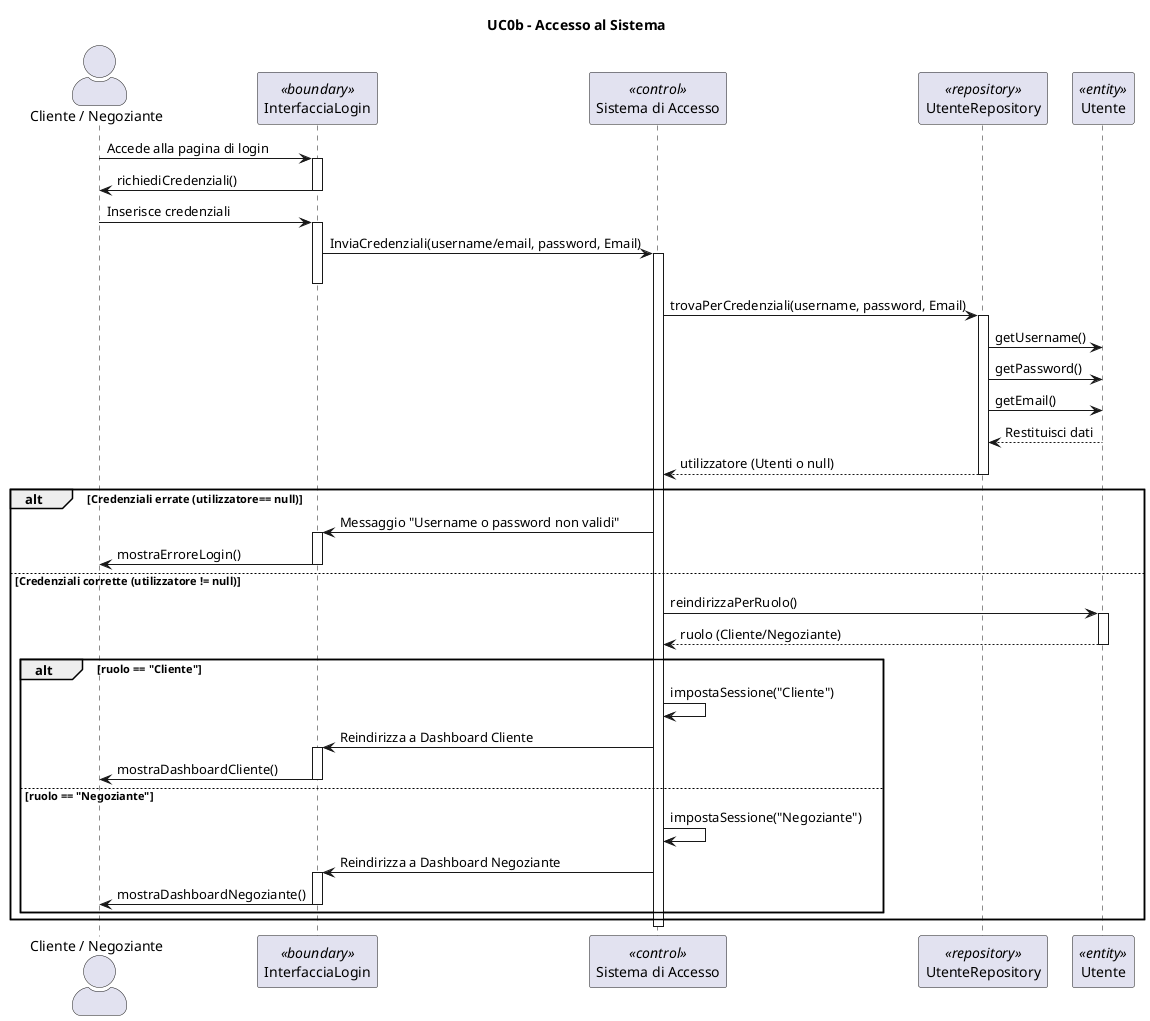
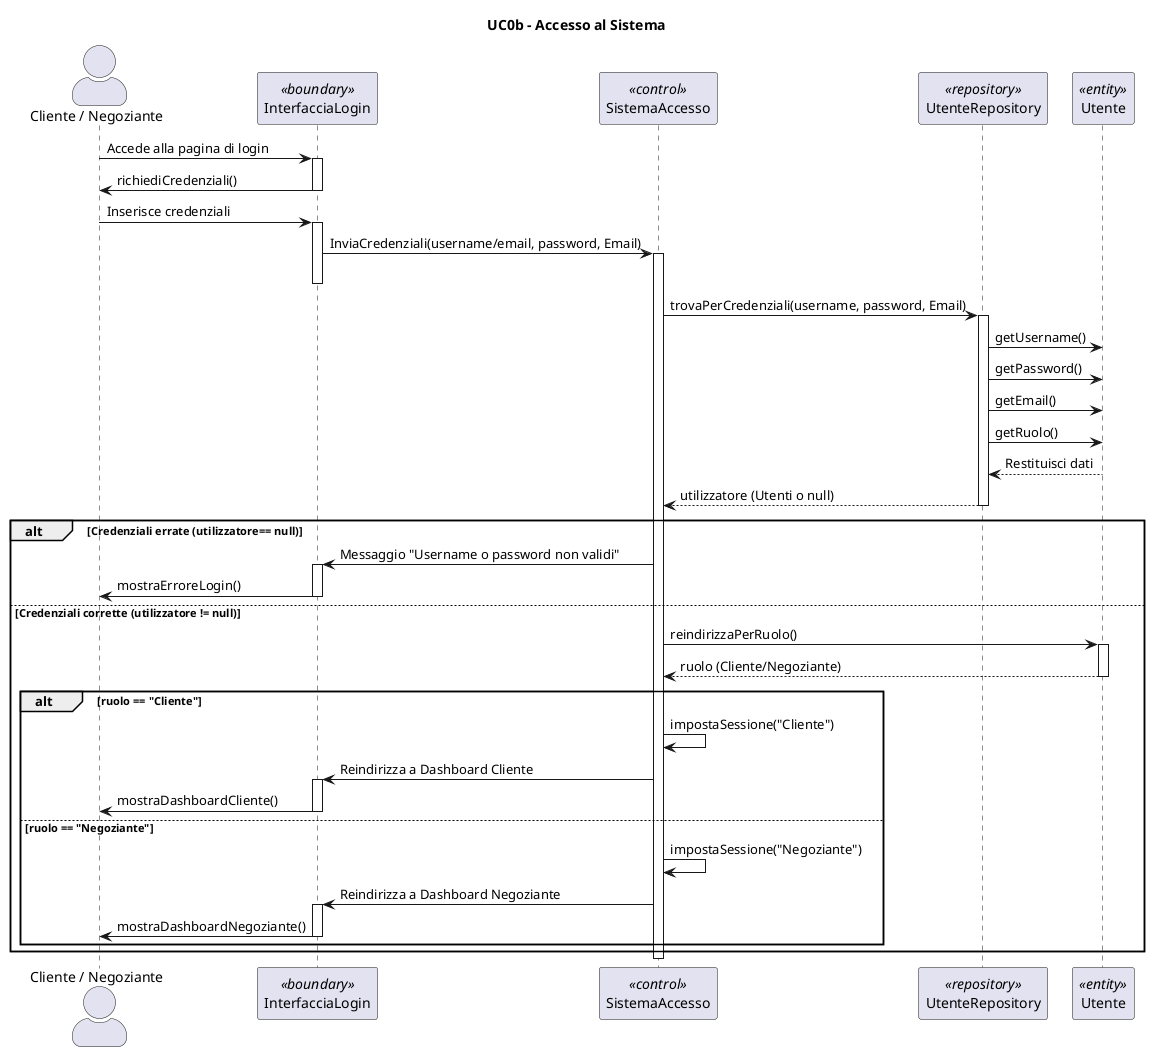
@startuml
title UC0b - Accesso al Sistema
skinparam actorStyle awesome
actor "Cliente / Negoziante" as Utenti
participant "InterfacciaLogin" <<boundary>>
- participant "Sistema di Accesso" as Sistema <<control>>
+ participant "SistemaAccesso" as Sistema <<control>>
participant "UtenteRepository" as Repo <<repository>>
participant "Utente" <<entity>>

Utenti -> InterfacciaLogin : Accede alla pagina di login
activate InterfacciaLogin
InterfacciaLogin -> Utenti : richiediCredenziali()
deactivate InterfacciaLogin

Utenti -> InterfacciaLogin : Inserisce credenziali
activate InterfacciaLogin
InterfacciaLogin -> Sistema : InviaCredenziali(username/email, password, Email)
activate Sistema
deactivate InterfacciaLogin


Sistema -> Repo : trovaPerCredenziali(username, password, Email)
activate Repo
Repo -> Utente : getUsername()
Repo -> Utente: getPassword()
Repo -> Utente: getEmail()
+ Repo -> Utente: getRuolo()
Utente --> Repo : Restituisci dati
Repo --> Sistema : utilizzatore (Utenti o null)
deactivate Repo

alt Credenziali errate (utilizzatore== null)
    Sistema -> InterfacciaLogin : Messaggio "Username o password non validi"
    activate InterfacciaLogin
    InterfacciaLogin -> Utenti : mostraErroreLogin()
    deactivate InterfacciaLogin
else Credenziali corrette (utilizzatore != null)

    Sistema -> Utente : reindirizzaPerRuolo()
    activate Utente
    Utente --> Sistema : ruolo (Cliente/Negoziante)
    deactivate Utente

    alt ruolo == "Cliente"
        Sistema -> Sistema : impostaSessione("Cliente")
        Sistema -> InterfacciaLogin : Reindirizza a Dashboard Cliente
        activate InterfacciaLogin
        InterfacciaLogin -> Utenti : mostraDashboardCliente()
        deactivate InterfacciaLogin
    else ruolo == "Negoziante"
        Sistema -> Sistema : impostaSessione("Negoziante")
        Sistema -> InterfacciaLogin : Reindirizza a Dashboard Negoziante
        activate InterfacciaLogin
        InterfacciaLogin -> Utenti : mostraDashboardNegoziante()
        deactivate InterfacciaLogin
    end
end

deactivate Sistema
@enduml

